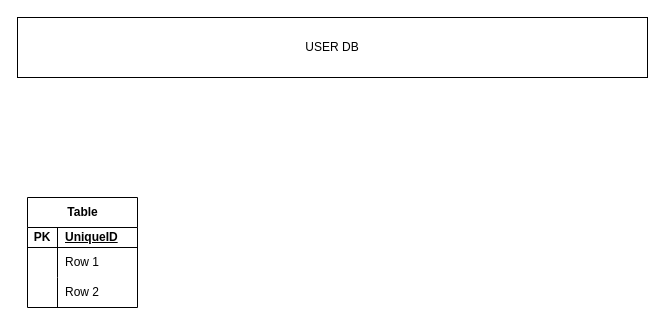
Above: user-account.drawio in ryada36/my-solutions-diagram (draw.io), before the change. Source tidied: cells renumbered, new cells numbered last; positions are measured from the earlier drawing's top-left corner, leaving out a move shared by most shapes. Both pictures are drawn from the tidied source at 100%, with x=0, y=0 at pixel (17, 17).
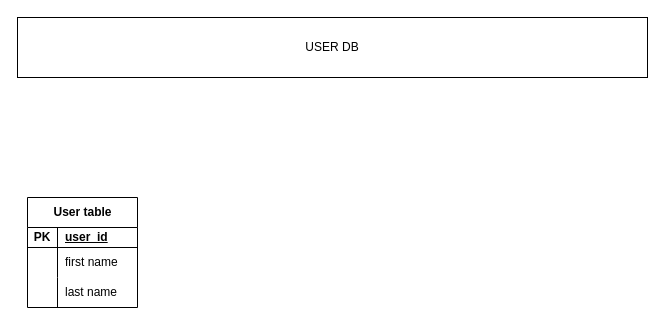
Above is the later version.

Diff of the diagram source:
```diff
@@
 <mxGraphModel>
   <root>
     <mxCell id="0" />
     <mxCell id="1" parent="0" />
-    <mxCell id="2" value="Table" style="shape=table;startSize=30;childLayout=tableLayout;rowLines=0;fontStyle=1;align=center;html=1;" parent="1" vertex="1">
+    <mxCell id="2" value="User table" style="shape=table;startSize=30;childLayout=tableLayout;rowLines=0;fontStyle=1;align=center;html=1;" parent="1" vertex="1">
       <mxGeometry x="10" y="180" width="110" height="110" as="geometry" />
     </mxCell>
     <mxCell id="3" style="shape=tableRow;horizontal=0;startSize=0;swimlaneHead=0;swimlaneBody=0;fillColor=none;top=0;left=0;right=0;bottom=1;" parent="2" vertex="1">
       <mxGeometry y="30" width="110" height="20" as="geometry" />
     </mxCell>
     <mxCell id="4" value="PK" style="shape=partialRectangle;fillColor=none;top=0;left=0;bottom=0;right=0;fontStyle=1;overflow=hidden;whiteSpace=wrap;html=1;" parent="3" vertex="1">
       <mxGeometry width="30" height="20" as="geometry" />
     </mxCell>
-    <mxCell id="5" value="UniqueID" style="shape=partialRectangle;fillColor=none;top=0;left=0;bottom=0;right=0;align=left;spacingLeft=6;fontStyle=5;overflow=hidden;whiteSpace=wrap;html=1;" parent="3" vertex="1">
+    <mxCell id="5" value="user_id" style="shape=partialRectangle;fillColor=none;top=0;left=0;bottom=0;right=0;align=left;spacingLeft=6;fontStyle=5;overflow=hidden;whiteSpace=wrap;html=1;" parent="3" vertex="1">
       <mxGeometry x="30" width="80" height="20" as="geometry" />
     </mxCell>
     <mxCell id="6" style="shape=tableRow;horizontal=0;startSize=0;swimlaneHead=0;swimlaneBody=0;fillColor=none;top=0;left=0;right=0;bottom=0;" parent="2" vertex="1">
       <mxGeometry y="50" width="110" height="30" as="geometry" />
     </mxCell>
     <mxCell id="7" style="shape=partialRectangle;fillColor=none;top=0;left=0;bottom=0;right=0;overflow=hidden;whiteSpace=wrap;html=1;" parent="6" vertex="1">
       <mxGeometry width="30" height="30" as="geometry" />
     </mxCell>
-    <mxCell id="8" value="Row 1" style="shape=partialRectangle;fillColor=none;top=0;left=0;bottom=0;right=0;align=left;spacingLeft=6;overflow=hidden;whiteSpace=wrap;html=1;" parent="6" vertex="1">
+    <mxCell id="8" value="first name" style="shape=partialRectangle;fillColor=none;top=0;left=0;bottom=0;right=0;align=left;spacingLeft=6;overflow=hidden;whiteSpace=wrap;html=1;" parent="6" vertex="1">
       <mxGeometry x="30" width="80" height="30" as="geometry" />
     </mxCell>
     <mxCell id="9" style="shape=tableRow;horizontal=0;startSize=0;swimlaneHead=0;swimlaneBody=0;fillColor=none;top=0;left=0;right=0;bottom=0;" parent="2" vertex="1">
       <mxGeometry y="80" width="110" height="30" as="geometry" />
     </mxCell>
     <mxCell id="10" style="shape=partialRectangle;fillColor=none;top=0;left=0;bottom=0;right=0;overflow=hidden;whiteSpace=wrap;html=1;" parent="9" vertex="1">
       <mxGeometry width="30" height="30" as="geometry" />
     </mxCell>
-    <mxCell id="11" value="Row 2" style="shape=partialRectangle;fillColor=none;top=0;left=0;bottom=0;right=0;align=left;spacingLeft=6;overflow=hidden;whiteSpace=wrap;html=1;" parent="9" vertex="1">
+    <mxCell id="11" value="last name" style="shape=partialRectangle;fillColor=none;top=0;left=0;bottom=0;right=0;align=left;spacingLeft=6;overflow=hidden;whiteSpace=wrap;html=1;" parent="9" vertex="1">
       <mxGeometry x="30" width="80" height="30" as="geometry" />
     </mxCell>
     <mxCell id="12" value="USER DB" style="rounded=0;whiteSpace=wrap;html=1;" parent="1" vertex="1">
       <mxGeometry width="630" height="60" as="geometry" />
     </mxCell>
   </root>
 </mxGraphModel>
```
